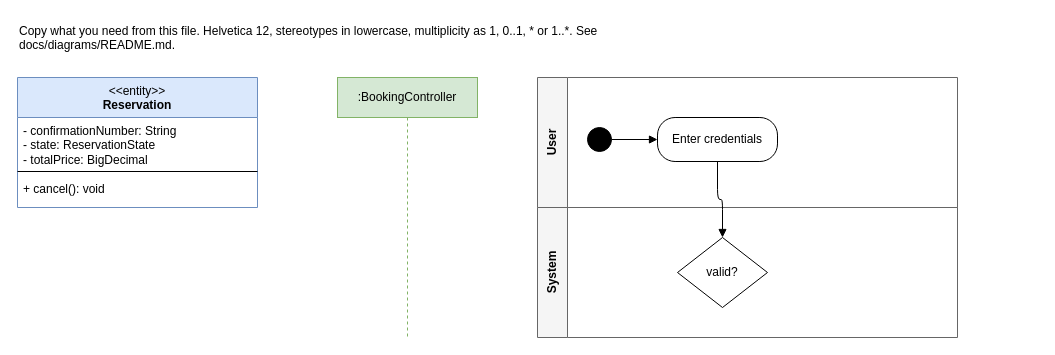
satyambhanot/ChinookAir keeps this draw.io diagram as docs/diagrams/src/00-template.drawio. Above is the earlier version. Source tidied: cells renumbered, new cells numbered last; positions are measured from the earlier drawing's top-left corner, leaving out a move shared by most shapes. Both pictures are drawn from the tidied source at 100%, with x=0, y=0 at pixel (17, 17).
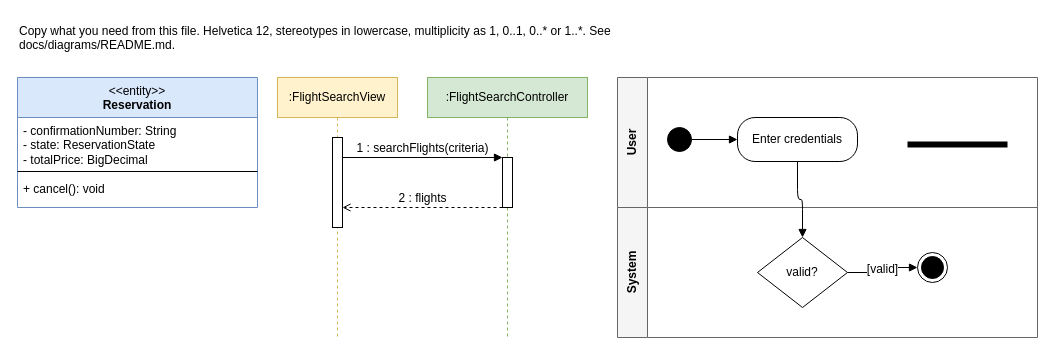
Above is the later version.

Commit message (it also covers changes not shown here):
Bring the diagram rules in line with the Module 12 slides

The change refers to these unchanged cells:
```xml
<mxCell id="12" value="valid?" style="rhombus;whiteSpace=wrap;html=1;fontFamily=Helvetica;fontSize=12;" parent="9" vertex="1">
  <mxGeometry x="140" y="30" width="90" height="70" as="geometry" />
</mxCell>
```

What changed in the source:
```diff
@@
-    <mxCell id="2" value="Copy what you need from this file. Helvetica 12, stereotypes in lowercase, multiplicity as 1, 0..1, * or 1..*. See docs/diagrams/README.md." style="text;html=1;align=left;verticalAlign=top;whiteSpace=wrap;fontFamily=Helvetica;fontSize=12;" parent="1" vertex="1">
+    <mxCell id="2" value="Copy what you need from this file. Helvetica 12, stereotypes in lowercase, multiplicity as 1, 0..1, 0..* or 1..*. See docs/diagrams/README.md." style="text;html=1;align=left;verticalAlign=top;whiteSpace=wrap;fontFamily=Helvetica;fontSize=12;" parent="1" vertex="1">
       <mxGeometry width="700" height="30" as="geometry" />
     </mxCell>
@@
-    <mxCell id="7" value=":BookingController" style="shape=umlLifeline;perimeter=lifelinePerimeter;whiteSpace=wrap;html=1;fontFamily=Helvetica;fontSize=12;fillColor=#d5e8d4;strokeColor=#82b366;" parent="1" vertex="1">
-      <mxGeometry x="320" y="60" width="140" height="260" as="geometry" />
+    <mxCell id="7" value=":FlightSearchController" style="shape=umlLifeline;perimeter=lifelinePerimeter;whiteSpace=wrap;html=1;fontFamily=Helvetica;fontSize=12;fillColor=#d5e8d4;strokeColor=#82b366;" parent="1" vertex="1">
+      <mxGeometry x="410" y="60" width="160" height="260" as="geometry" />
     </mxCell>
     <mxCell id="8" value="User" style="swimlane;horizontal=0;whiteSpace=wrap;html=1;startSize=30;fontFamily=Helvetica;fontSize=12;fillColor=#f5f5f5;strokeColor=#666666;" parent="1" vertex="1">
-      <mxGeometry x="520" y="60" width="420" height="130" as="geometry" />
+      <mxGeometry x="600" y="60" width="420" height="130" as="geometry" />
     </mxCell>
     <mxCell id="9" value="System" style="swimlane;horizontal=0;whiteSpace=wrap;html=1;startSize=30;fontFamily=Helvetica;fontSize=12;fillColor=#f5f5f5;strokeColor=#666666;" parent="1" vertex="1">
-      <mxGeometry x="520" y="190" width="420" height="130" as="geometry" />
+      <mxGeometry x="600" y="190" width="420" height="130" as="geometry" />
     </mxCell>
@@
+    <mxCell id="15" value=":FlightSearchView" style="shape=umlLifeline;perimeter=lifelinePerimeter;whiteSpace=wrap;html=1;fontFamily=Helvetica;fontSize=12;fillColor=#fff2cc;strokeColor=#d6b656;" parent="1" vertex="1">
+      <mxGeometry x="260" y="60" width="120" height="260" as="geometry" />
+    </mxCell>
+    <mxCell id="16" style="html=1;perimeter=orthogonalPerimeter;" parent="1" vertex="1">
+      <mxGeometry x="315" y="120" width="10" height="90" as="geometry" />
+    </mxCell>
+    <mxCell id="17" style="html=1;perimeter=orthogonalPerimeter;" parent="1" vertex="1">
+      <mxGeometry x="485" y="140" width="10" height="50" as="geometry" />
+    </mxCell>
+    <mxCell id="18" value="1 : searchFlights(criteria)" style="html=1;verticalAlign=bottom;endArrow=block;fontFamily=Helvetica;fontSize=12;" parent="1" edge="1">
+      <mxGeometry relative="1" as="geometry">
+        <mxPoint x="325" y="140" as="sourcePoint" />
+        <mxPoint x="485" y="140" as="targetPoint" />
+      </mxGeometry>
+    </mxCell>
+    <mxCell id="19" value="2 : flights" style="html=1;verticalAlign=bottom;endArrow=open;dashed=1;fontFamily=Helvetica;fontSize=12;" parent="1" edge="1">
+      <mxGeometry relative="1" as="geometry">
+        <mxPoint x="485" y="190" as="sourcePoint" />
+        <mxPoint x="325" y="190" as="targetPoint" />
+      </mxGeometry>
+    </mxCell>
+    <mxCell id="20" style="ellipse;html=1;shape=endState;fillColor=#000000;strokeColor=#000000;" parent="9" vertex="1">
+      <mxGeometry x="300" y="45" width="30" height="30" as="geometry" />
+    </mxCell>
+    <mxCell id="21" style="shape=line;html=1;strokeWidth=6;strokeColor=#000000;" parent="8" vertex="1">
+      <mxGeometry x="290" y="62" width="100" height="10" as="geometry" />
+    </mxCell>
+    <mxCell id="22" value="[valid]" style="edgeStyle=orthogonalEdgeStyle;html=1;endArrow=block;endFill=1;fontFamily=Helvetica;fontSize=12;" parent="9" edge="1" source="12" target="20">
+      <mxGeometry relative="1" as="geometry" />
+    </mxCell>
```
